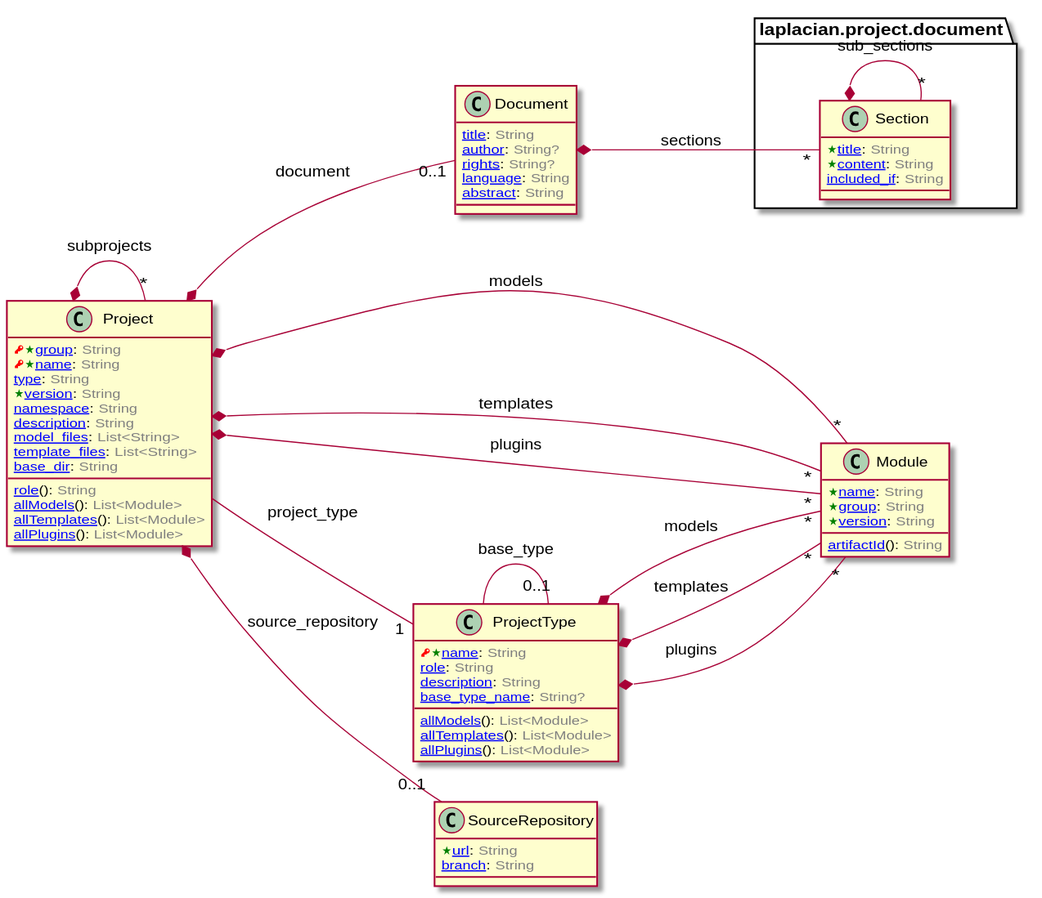
The PlantUML diagram doc/image/model-diagram.svg in laplacian-core/project.domain-model, before a commit.
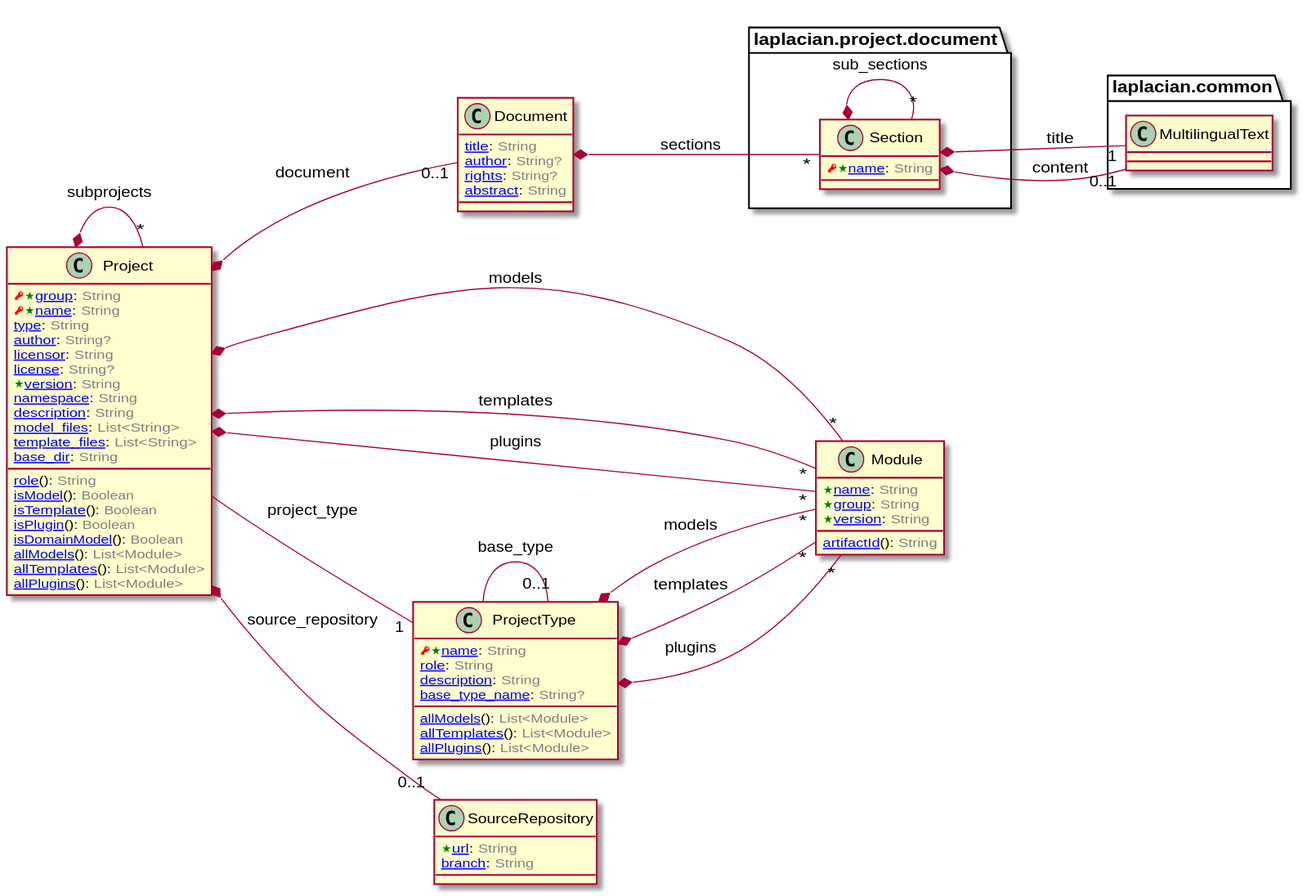
The same file after the commit.

Change to the diagram source:
```diff
@@ -6,7 +6,6 @@
   [[/blob/master/doc/entities/Document.md#title-string title]]: <color:GRAY>String</color>
   [[/blob/master/doc/entities/Document.md#author-string author]]: <color:GRAY>String?</color>
   [[/blob/master/doc/entities/Document.md#rights-string rights]]: <color:GRAY>String?</color>
-  [[/blob/master/doc/entities/Document.md#language-string language]]: <color:GRAY>String</color>
   [[/blob/master/doc/entities/Document.md#abstract-string abstract]]: <color:GRAY>String</color>
 }
 
@@ -26,10 +25,32 @@
 
 
 class Section [[/blob/master/doc/entities/Section.md]] {
-  <color:Green><&star></color>[[/blob/master/doc/entities/Section.md#title-string title]]: <color:GRAY>String</color>
-  <color:Green><&star></color>[[/blob/master/doc/entities/Section.md#content-string content]]: <color:GRAY>String</color>
-  [[/blob/master/doc/entities/Section.md#included_if-string included_if]]: <color:GRAY>String</color>
+  <color:RED><&key></color><color:Green><&star></color>[[/blob/master/doc/entities/Section.md#name-string name]]: <color:GRAY>String</color>
 }
+
+
+
+
+
+package laplacian.common {
+  class MultilingualText {
+  }
+}
+
+
+Section *-- "1" MultilingualText : title
+
+
+
+
+
+package laplacian.common {
+  class MultilingualText {
+  }
+}
+
+
+Section *-- "0..1" MultilingualText : content
 
 
 
@@ -55,6 +76,9 @@
   <color:RED><&key></color><color:Green><&star></color>[[/blob/master/doc/entities/Project.md#group-string group]]: <color:GRAY>String</color>
   <color:RED><&key></color><color:Green><&star></color>[[/blob/master/doc/entities/Project.md#name-string name]]: <color:GRAY>String</color>
   [[/blob/master/doc/entities/Project.md#type-string type]]: <color:GRAY>String</color>
+  [[/blob/master/doc/entities/Project.md#author-string author]]: <color:GRAY>String?</color>
+  [[/blob/master/doc/entities/Project.md#licensor-string licensor]]: <color:GRAY>String</color>
+  [[/blob/master/doc/entities/Project.md#license-string license]]: <color:GRAY>String?</color>
   [[/blob/master/doc/entities/Project.md#role-string role]](): <color:GRAY>String</color>
   <color:Green><&star></color>[[/blob/master/doc/entities/Project.md#version-string version]]: <color:GRAY>String</color>
   [[/blob/master/doc/entities/Project.md#namespace-string namespace]]: <color:GRAY>String</color>
@@ -62,6 +86,10 @@
   [[/blob/master/doc/entities/Project.md#model_files-listString model_files]]: <color:GRAY>List<String></color>
   [[/blob/master/doc/entities/Project.md#template_files-listString template_files]]: <color:GRAY>List<String></color>
   [[/blob/master/doc/entities/Project.md#base_dir-string base_dir]]: <color:GRAY>String</color>
+  [[/blob/master/doc/entities/Project.md#is_model-boolean isModel]](): <color:GRAY>Boolean</color>
+  [[/blob/master/doc/entities/Project.md#is_template-boolean isTemplate]](): <color:GRAY>Boolean</color>
+  [[/blob/master/doc/entities/Project.md#is_plugin-boolean isPlugin]](): <color:GRAY>Boolean</color>
+  [[/blob/master/doc/entities/Project.md#is_domain_model-boolean isDomainModel]](): <color:GRAY>Boolean</color>
   [[/blob/master/doc/entities/Project.md#all_models-listModule allModels]](): <color:GRAY>List<Module></color>
   [[/blob/master/doc/entities/Project.md#all_templates-listModule allTemplates]](): <color:GRAY>List<Module></color>
   [[/blob/master/doc/entities/Project.md#all_plugins-listModule allPlugins]](): <color:GRAY>List<Module></color>
```
